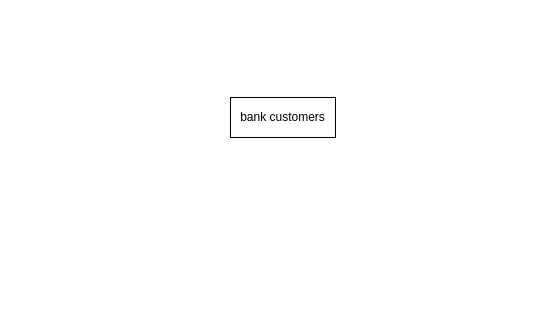
This is Homeworks/hw1.drawio from qqaazz800624/2023_Database_Systems_SQLtoNoSQL, a draw.io file, before an edit. Source tidied: cells renumbered, new cells numbered last; positions are measured from the earlier drawing's top-left corner, leaving out a move shared by most shapes. Both pictures are drawn from the tidied source at 100%, with x=0, y=0 at pixel (230, 97).
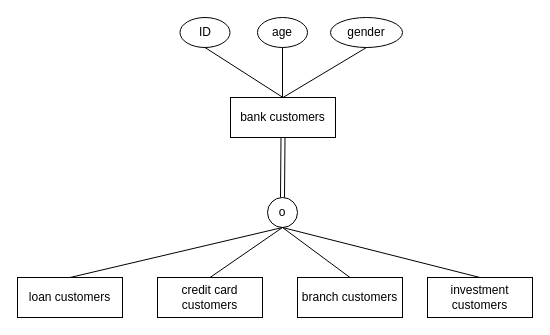
Above is the later version.

The edit, as a diff of the source:
```diff
@@
 <mxGraphModel>
   <root>
     <mxCell id="0" />
     <mxCell id="1" parent="0" />
     <mxCell id="2" value="bank customers" style="rounded=0;whiteSpace=wrap;html=1;" parent="1" vertex="1">
       <mxGeometry width="105" height="40" as="geometry" />
     </mxCell>
+    <mxCell id="3" value="loan customers" style="rounded=0;whiteSpace=wrap;html=1;" parent="1" vertex="1">
+      <mxGeometry x="-213" y="180" width="105" height="40" as="geometry" />
+    </mxCell>
+    <mxCell id="4" value="credit card customers" style="rounded=0;whiteSpace=wrap;html=1;" parent="1" vertex="1">
+      <mxGeometry x="-73" y="180" width="105" height="40" as="geometry" />
+    </mxCell>
+    <mxCell id="5" value="branch customers" style="rounded=0;whiteSpace=wrap;html=1;" parent="1" vertex="1">
+      <mxGeometry x="67" y="180" width="105" height="40" as="geometry" />
+    </mxCell>
+    <mxCell id="6" value="investment customers" style="rounded=0;whiteSpace=wrap;html=1;" parent="1" vertex="1">
+      <mxGeometry x="197" y="180" width="105" height="40" as="geometry" />
+    </mxCell>
+    <mxCell id="7" value="o" style="ellipse;whiteSpace=wrap;html=1;" parent="1" vertex="1">
+      <mxGeometry x="37" y="100" width="30" height="30" as="geometry" />
+    </mxCell>
+    <mxCell id="8" style="endArrow=none;html=1;rounded=0;exitX=0.5;exitY=0;exitDx=0;exitDy=0;entryX=0.5;entryY=1;entryDx=0;entryDy=0;" parent="1" edge="1" source="3" target="7">
+      <mxGeometry relative="1" as="geometry" />
+    </mxCell>
+    <mxCell id="9" style="endArrow=none;html=1;rounded=0;entryX=0.5;entryY=1;entryDx=0;entryDy=0;exitX=0.5;exitY=0;exitDx=0;exitDy=0;" parent="1" edge="1" source="4" target="7">
+      <mxGeometry relative="1" as="geometry" />
+    </mxCell>
+    <mxCell id="10" style="endArrow=none;html=1;rounded=0;entryX=0.5;entryY=1;entryDx=0;entryDy=0;exitX=0.5;exitY=0;exitDx=0;exitDy=0;" parent="1" edge="1" source="5" target="7">
+      <mxGeometry relative="1" as="geometry" />
+    </mxCell>
+    <mxCell id="11" style="endArrow=none;html=1;rounded=0;entryX=0.5;entryY=1;entryDx=0;entryDy=0;exitX=0.5;exitY=0;exitDx=0;exitDy=0;" parent="1" edge="1" source="6" target="7">
+      <mxGeometry relative="1" as="geometry" />
+    </mxCell>
+    <mxCell id="12" style="shape=link;html=1;rounded=0;entryX=0.5;entryY=1;entryDx=0;entryDy=0;exitX=0.5;exitY=0;exitDx=0;exitDy=0;" parent="1" edge="1" source="7" target="2">
+      <mxGeometry relative="1" as="geometry" />
+    </mxCell>
+    <mxCell id="13" value="ID" style="ellipse;whiteSpace=wrap;html=1;" parent="1" vertex="1">
+      <mxGeometry x="-50.5" y="-80" width="50" height="30" as="geometry" />
+    </mxCell>
+    <mxCell id="14" value="age" style="ellipse;whiteSpace=wrap;html=1;" parent="1" vertex="1">
+      <mxGeometry x="27" y="-80" width="50" height="30" as="geometry" />
+    </mxCell>
+    <mxCell id="15" value="gender" style="ellipse;whiteSpace=wrap;html=1;" parent="1" vertex="1">
+      <mxGeometry x="100" y="-80" width="72" height="30" as="geometry" />
+    </mxCell>
+    <mxCell id="16" style="endArrow=none;html=1;rounded=0;entryX=0.5;entryY=1;entryDx=0;entryDy=0;exitX=0.5;exitY=0;exitDx=0;exitDy=0;" parent="1" edge="1" source="2" target="13">
+      <mxGeometry relative="1" as="geometry" />
+    </mxCell>
+    <mxCell id="17" style="endArrow=none;html=1;rounded=0;entryX=0.5;entryY=1;entryDx=0;entryDy=0;" parent="1" edge="1" target="14">
+      <mxGeometry relative="1" as="geometry">
+        <mxPoint x="52" as="sourcePoint" />
+      </mxGeometry>
+    </mxCell>
+    <mxCell id="18" style="endArrow=none;html=1;rounded=0;entryX=0.5;entryY=1;entryDx=0;entryDy=0;exitX=0.5;exitY=0;exitDx=0;exitDy=0;" parent="1" edge="1" source="2" target="15">
+      <mxGeometry relative="1" as="geometry" />
+    </mxCell>
   </root>
 </mxGraphModel>
```
